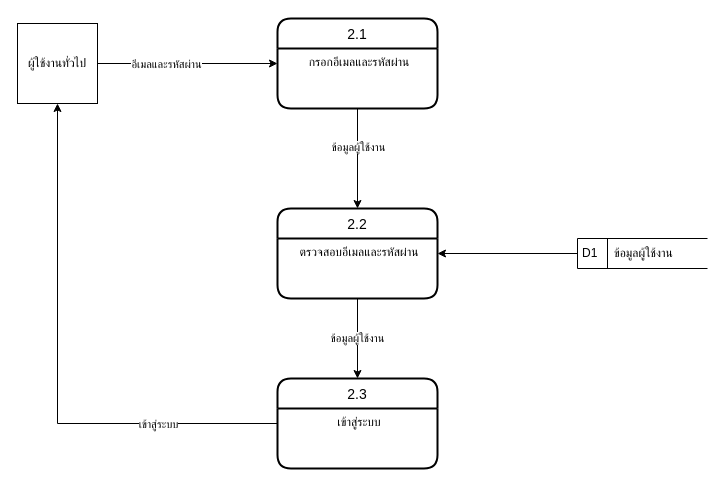
Above: page "process2" (6 of 13) of ProjectProcesses/HostDog_5DFD/dfd.drawio in Hostdogs/Project_Hostdog (draw.io), before the change. Source tidied: cells renumbered, new cells numbered last; positions are measured from the earlier drawing's top-left corner, leaving out a move shared by most shapes. Both pictures are drawn from the tidied source at 100%, with x=0, y=0 at pixel (17, 18).
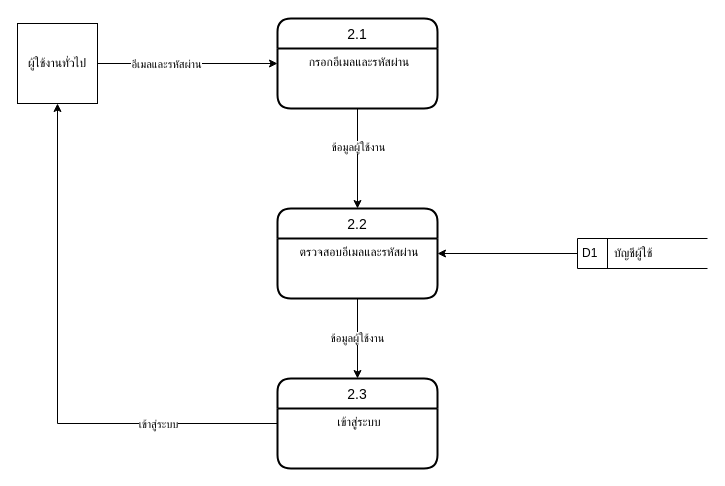
Above is the later version.

What changed in the source:
```diff
@@
 <mxGraphModel>
   <root>
     <mxCell id="0" />
     <mxCell id="1" parent="0" />
     <mxCell id="2" value="2.1" style="swimlane;horizontal=1;startSize=30;rounded=1;fontSize=14;fontStyle=0;strokeWidth=2;shadow=0;dashed=0;align=center;" parent="1" vertex="1">
       <mxGeometry x="260" width="160" height="90" as="geometry" />
     </mxCell>
     <mxCell id="3" value="กรอกอีเมลและรหัสผ่าน" style="align=center;strokeColor=none;fillColor=none;spacingLeft=4;fontSize=12;verticalAlign=top;" parent="2" vertex="1">
       <mxGeometry y="30" width="160" height="60" as="geometry" />
     </mxCell>
     <mxCell id="4" value="2.2" style="swimlane;horizontal=1;startSize=30;rounded=1;fontSize=14;fontStyle=0;strokeWidth=2;shadow=0;dashed=0;align=center;" parent="1" vertex="1">
       <mxGeometry x="260" y="190" width="160" height="90" as="geometry" />
     </mxCell>
     <mxCell id="5" value="ตรวจสอบอีเมลและรหัสผ่าน" style="align=center;strokeColor=none;fillColor=none;spacingLeft=4;fontSize=12;verticalAlign=top;" parent="4" vertex="1">
       <mxGeometry y="30" width="160" height="60" as="geometry" />
     </mxCell>
     <mxCell id="6" style="endArrow=classic;html=1;exitX=0.5;exitY=1;exitDx=0;exitDy=0;entryX=0.5;entryY=0;entryDx=0;entryDy=0;" parent="1" edge="1" source="3" target="4">
       <mxGeometry relative="1" as="geometry" />
     </mxCell>
     <mxCell id="7" value="ข้อมูลผู้ใช้งาน" style="edgeLabel;html=1;align=center;verticalAlign=middle;" parent="6" vertex="1">
       <mxGeometry x="-0.24" relative="1" as="geometry" />
     </mxCell>
     <mxCell id="8" style="edgeStyle=orthogonalEdgeStyle;rounded=0;jettySize=auto;html=1;entryX=0;entryY=0.25;entryDx=0;entryDy=0;" parent="1" edge="1" source="10" target="3">
       <mxGeometry relative="1" as="geometry" />
     </mxCell>
     <mxCell id="9" value="อีเมลและรหัสผ่าน" style="edgeLabel;html=1;align=center;verticalAlign=middle;" parent="8" vertex="1">
       <mxGeometry x="-0.25" relative="1" as="geometry" />
     </mxCell>
     <mxCell id="10" value="ผู้ใช้งานทั่วไป" style="whiteSpace=wrap;html=1;align=center;" parent="1" vertex="1">
       <mxGeometry y="5" width="80" height="80" as="geometry" />
     </mxCell>
     <mxCell id="11" style="edgeStyle=orthogonalEdgeStyle;rounded=0;jettySize=auto;html=1;entryX=1;entryY=0.25;entryDx=0;entryDy=0;exitX=0;exitY=0.5;exitDx=0;exitDy=0;" parent="1" edge="1" source="14" target="5">
       <mxGeometry relative="1" as="geometry" />
     </mxCell>
     <mxCell id="12" style="edgeStyle=orthogonalEdgeStyle;rounded=0;jettySize=auto;html=1;entryX=0.5;entryY=1;entryDx=0;entryDy=0;exitX=0;exitY=0.5;exitDx=0;exitDy=0;" parent="1" edge="1" source="15" target="10">
       <mxGeometry relative="1" as="geometry" />
     </mxCell>
     <mxCell id="13" value="เข้าสู่ระบบ" style="edgeLabel;html=1;align=center;verticalAlign=middle;" parent="12" vertex="1">
       <mxGeometry x="-0.27" y="1" relative="1" as="geometry">
         <mxPoint x="77" y="-1" as="offset" />
       </mxGeometry>
     </mxCell>
-    <mxCell id="14" value="D1&amp;nbsp; &amp;nbsp; &amp;nbsp;ข้อมูลผู้ใช้งาน" style="html=1;dashed=0;whitespace=wrap;shape=mxgraph.dfd.dataStoreID;align=left;spacingLeft=3;points=[[0,0],[0.5,0],[1,0],[0,0.5],[1,0.5],[0,1],[0.5,1],[1,1]];" parent="1" vertex="1">
+    <mxCell id="14" value="D1&amp;nbsp; &amp;nbsp; &amp;nbsp;บัญชีผู้ใช้" style="html=1;dashed=0;whitespace=wrap;shape=mxgraph.dfd.dataStoreID;align=left;spacingLeft=3;points=[[0,0],[0.5,0],[1,0],[0,0.5],[1,0.5],[0,1],[0.5,1],[1,1]];" parent="1" vertex="1">
       <mxGeometry x="560" y="220" width="130" height="30" as="geometry" />
     </mxCell>
     <mxCell id="15" value="2.3" style="swimlane;horizontal=1;startSize=30;rounded=1;fontSize=14;fontStyle=0;strokeWidth=2;shadow=0;dashed=0;align=center;" parent="1" vertex="1">
       <mxGeometry x="260" y="360" width="160" height="90" as="geometry" />
     </mxCell>
     <mxCell id="16" value="เข้าสู่ระบบ" style="align=center;strokeColor=none;fillColor=none;spacingLeft=4;fontSize=12;verticalAlign=top;" parent="15" vertex="1">
       <mxGeometry y="30" width="160" height="60" as="geometry" />
     </mxCell>
     <mxCell id="17" value="ข้อมูลผู้ใช้งาน" style="endArrow=classic;html=1;exitX=0.5;exitY=1;exitDx=0;exitDy=0;entryX=0.5;entryY=0;entryDx=0;entryDy=0;" parent="1" edge="1" source="5" target="15">
       <mxGeometry relative="1" as="geometry" />
     </mxCell>
   </root>
 </mxGraphModel>
```
